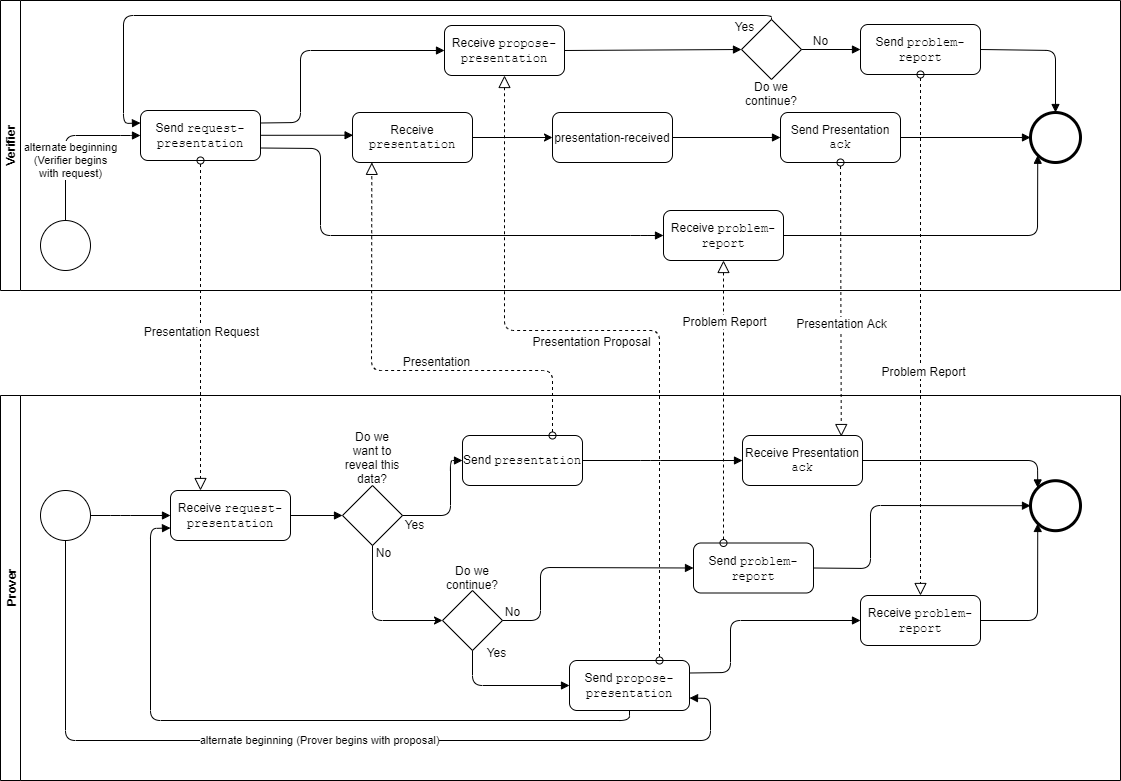
hyperledger/aries-rfcs keeps this draw.io diagram as features/0454-present-proof-v2/presentation-choreography.png. Above is the earlier version. Source tidied: cells renumbered, new cells last; positions are measured from the earlier drawing's top-left corner, leaving out a move shared by most shapes.
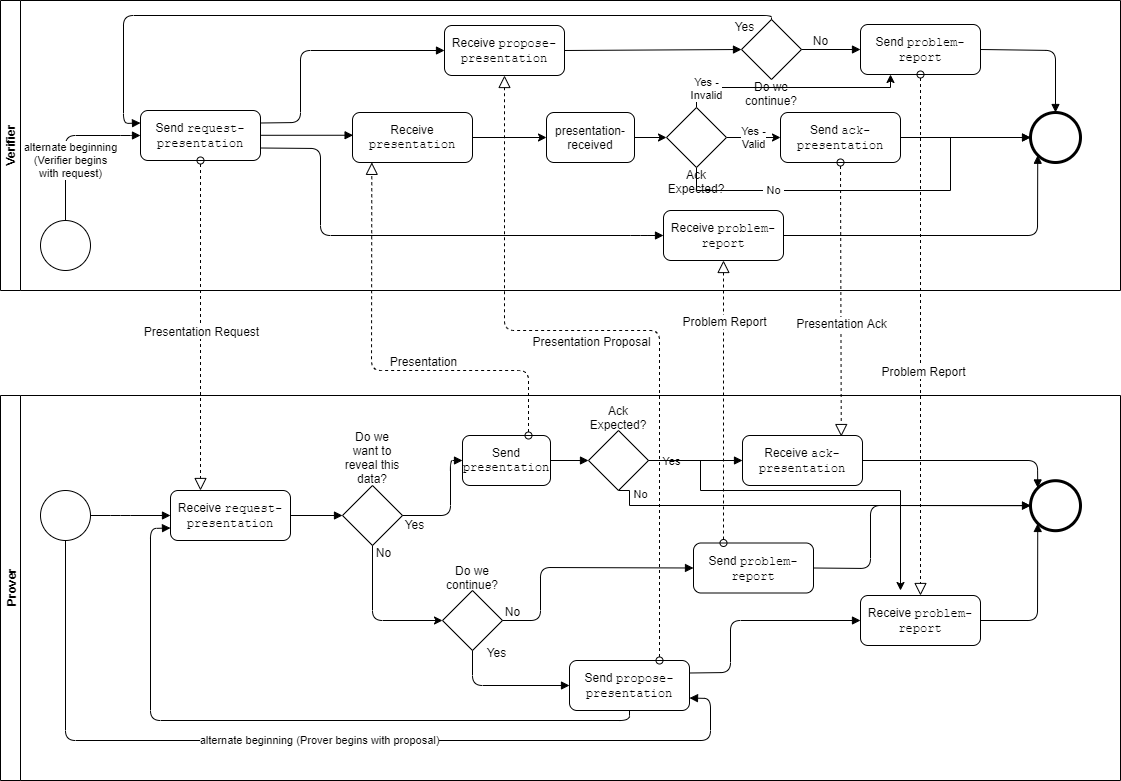
The same diagram one commit later.

Commit message:
Adjusted the states table and choreography to reflect the optional ack vs. required

The edit, as a diff of the source:
```diff
@@ -19,26 +19,23 @@
     <mxCell id="5" value="Send &lt;font face=&quot;Courier New&quot;&gt;request-presentation&lt;/font&gt;" style="shape=ext;rounded=1;html=1;whiteSpace=wrap;" parent="2" vertex="1">
       <mxGeometry x="140" y="110" width="120" height="50" as="geometry" />
     </mxCell>
-    <mxCell id="6" style="endArrow=block;endFill=1;endSize=6;html=1;exitX=1;exitY=0.353;exitDx=0;exitDy=0;entryX=0.005;entryY=0.455;entryDx=0;entryDy=0;entryPerimeter=0;exitPerimeter=0;" parent="2" edge="1" target="9">
-      <mxGeometry relative="1" as="geometry">
-        <mxPoint x="259.7" y="134.8" as="sourcePoint" />
-      </mxGeometry>
-    </mxCell>
+    <mxCell id="68" style="endArrow=block;endFill=1;endSize=6;html=1;exitX=1;exitY=0.353;exitDx=0;exitDy=0;entryX=0.005;entryY=0.455;entryDx=0;entryDy=0;entryPerimeter=0;exitPerimeter=0;" parent="2" edge="1" target="9">
+      <mxGeometry relative="1" as="geometry">
+        <mxPoint x="259.7" y="134.8" as="sourcePoint" />
+      </mxGeometry>
+    </mxCell>
     <mxCell id="7" style="shape=mxgraph.bpmn.shape;html=1;verticalLabelPosition=bottom;labelBackgroundColor=#ffffff;verticalAlign=top;align=center;perimeter=ellipsePerimeter;outlineConnect=0;outline=end;symbol=general;" parent="2" vertex="1">
       <mxGeometry x="1030" y="112" width="50" height="50" as="geometry" />
     </mxCell>
-    <mxCell id="8" style="edgeStyle=orthogonalEdgeStyle;rounded=0;jettySize=auto;html=1;" parent="2" edge="1" source="9" target="10">
-      <mxGeometry relative="1" as="geometry" />
-    </mxCell>
+    <mxCell id="69" style="edgeStyle=orthogonalEdgeStyle;rounded=0;jettySize=auto;html=1;" parent="2" edge="1" source="9" target="70">
+      <mxGeometry relative="1" as="geometry" />
+    </mxCell>
     <mxCell id="9" value="Receive &lt;font face=&quot;Courier New&quot;&gt;presentation&lt;/font&gt;" style="shape=ext;rounded=1;html=1;whiteSpace=wrap;" parent="2" vertex="1">
       <mxGeometry x="352" y="112" width="120" height="50" as="geometry" />
     </mxCell>
-    <mxCell id="10" value="presentation-received" style="shape=ext;rounded=1;html=1;whiteSpace=wrap;" parent="2" vertex="1">
-      <mxGeometry x="552" y="112" width="120" height="50" as="geometry" />
-    </mxCell>
-    <mxCell id="11" style="endArrow=block;endFill=1;endSize=6;html=1;exitX=1;exitY=0.5;exitDx=0;exitDy=0;entryX=0;entryY=0.5;entryDx=0;entryDy=0;" parent="2" edge="1" source="10" target="23">
-      <mxGeometry relative="1" as="geometry" />
-    </mxCell>
+    <mxCell id="70" value="presentation-&lt;br&gt;received" style="shape=ext;rounded=1;html=1;whiteSpace=wrap;" parent="2" vertex="1">
+      <mxGeometry x="546" y="112" width="88" height="50" as="geometry" />
+    </mxCell>
     <mxCell id="12" style="endArrow=block;endFill=1;endSize=6;html=1;exitX=1;exitY=0.5;exitDx=0;exitDy=0;entryX=0;entryY=0.5;entryDx=0;entryDy=0;" parent="2" edge="1" source="26" target="16">
       <mxGeometry relative="1" as="geometry" />
     </mxCell>
@@ -81,11 +78,11 @@
     <mxCell id="19" style="endArrow=block;endFill=1;endSize=6;html=1;exitX=1;exitY=0.5;exitDx=0;exitDy=0;entryX=0;entryY=0.5;entryDx=0;entryDy=0;" parent="2" edge="1" source="16" target="21">
       <mxGeometry relative="1" as="geometry" />
     </mxCell>
-    <mxCell id="20" value="No" style="text;html=1;align=center;verticalAlign=middle;labelBackgroundColor=#ffffff;" parent="19" vertex="1">
-      <mxGeometry x="-0.47" y="-1" relative="1" as="geometry">
-        <mxPoint x="2" y="-11" as="offset" />
-      </mxGeometry>
-    </mxCell>
+    <mxCell id="71" value="No" style="text;html=1;align=center;verticalAlign=middle;labelBackgroundColor=#ffffff;" parent="19" vertex="1">
+      <mxGeometry x="-0.47" y="-1" relative="1" as="geometry">
+        <mxPoint x="2" y="-11" as="offset" />
+      </mxGeometry>
+    </mxCell>
     <mxCell id="21" value="Send &lt;font face=&quot;Courier New&quot;&gt;problem-report&lt;/font&gt;" style="shape=ext;rounded=1;html=1;whiteSpace=wrap;" parent="2" vertex="1">
       <mxGeometry x="860" y="24" width="120" height="50" as="geometry" />
     </mxCell>
@@ -96,12 +93,12 @@
         </Array>
       </mxGeometry>
     </mxCell>
-    <mxCell id="23" value="Send Presentation &lt;font face=&quot;Courier New&quot;&gt;ack&lt;/font&gt;" style="shape=ext;rounded=1;html=1;whiteSpace=wrap;" parent="2" vertex="1">
-      <mxGeometry x="780" y="112" width="120" height="50" as="geometry" />
-    </mxCell>
-    <mxCell id="24" style="endArrow=block;endFill=1;endSize=6;html=1;entryX=0;entryY=0.5;entryDx=0;entryDy=0;exitX=1;exitY=0.5;exitDx=0;exitDy=0;" parent="2" edge="1" source="23" target="7">
-      <mxGeometry relative="1" as="geometry" />
-    </mxCell>
+    <mxCell id="72" value="Send &lt;font face=&quot;Courier New&quot;&gt;ack-presentation&lt;/font&gt;" style="shape=ext;rounded=1;html=1;whiteSpace=wrap;" parent="2" vertex="1">
+      <mxGeometry x="780" y="112" width="120" height="50" as="geometry" />
+    </mxCell>
+    <mxCell id="73" style="endArrow=block;endFill=1;endSize=6;html=1;entryX=0;entryY=0.5;entryDx=0;entryDy=0;exitX=1;exitY=0.5;exitDx=0;exitDy=0;" parent="2" edge="1" source="72" target="7">
+      <mxGeometry relative="1" as="geometry" />
+    </mxCell>
     <mxCell id="25" style="endArrow=block;endFill=1;endSize=6;html=1;exitX=1;exitY=0.25;exitDx=0;exitDy=0;entryX=0;entryY=0.5;entryDx=0;entryDy=0;" parent="2" edge="1" source="5" target="26">
       <mxGeometry relative="1" as="geometry">
         <Array as="points">
@@ -161,15 +158,20 @@
       </mxGeometry>
     </mxCell>
     <mxCell id="37" value="Send &lt;font face=&quot;Courier New&quot;&gt;presentation&lt;/font&gt;" style="shape=ext;rounded=1;html=1;whiteSpace=wrap;" parent="27" vertex="1">
-      <mxGeometry x="462" y="40" width="120" height="50" as="geometry" />
+      <mxGeometry x="462" y="40" width="88" height="50" as="geometry" />
     </mxCell>
-    <mxCell id="38" style="endArrow=block;endFill=1;endSize=6;html=1;exitX=1;exitY=0.5;exitDx=0;exitDy=0;entryX=0;entryY=0.5;entryDx=0;entryDy=0;" parent="27" edge="1" source="37" target="53">
-      <mxGeometry relative="1" as="geometry">
-        <Array as="points">
-          <mxPoint x="650" y="65" />
-        </Array>
-      </mxGeometry>
-    </mxCell>
+    <mxCell id="74" style="endArrow=block;endFill=1;endSize=6;html=1;exitX=1;exitY=0.5;exitDx=0;exitDy=0;entryX=0;entryY=0.5;entryDx=0;entryDy=0;" parent="27" edge="1" source="82" target="78">
+      <mxGeometry relative="1" as="geometry">
+        <Array as="points">
+          <mxPoint x="650" y="65" />
+        </Array>
+      </mxGeometry>
+    </mxCell>
+    <mxCell id="75" value="Yes" style="edgeLabel;html=1;align=center;verticalAlign=middle;" parent="74" vertex="1">
+      <mxGeometry x="-0.11" y="-1" relative="1" as="geometry">
+        <mxPoint x="-20" y="-1" as="offset" />
+      </mxGeometry>
+    </mxCell>
     <mxCell id="39" style="shape=mxgraph.bpmn.shape;html=1;verticalLabelPosition=bottom;labelBackgroundColor=#ffffff;verticalAlign=top;align=center;perimeter=ellipsePerimeter;outlineConnect=0;outline=end;symbol=general;" parent="27" vertex="1">
       <mxGeometry x="1030" y="85.2" width="50" height="50" as="geometry" />
     </mxCell>
@@ -184,11 +186,11 @@
         </Array>
       </mxGeometry>
     </mxCell>
-    <mxCell id="42" value="No" style="text;html=1;align=center;verticalAlign=middle;labelBackgroundColor=#ffffff;" parent="41" vertex="1">
-      <mxGeometry x="-0.97" relative="1" as="geometry">
-        <mxPoint x="5" y="-10" as="offset" />
-      </mxGeometry>
-    </mxCell>
+    <mxCell id="76" value="No" style="text;html=1;align=center;verticalAlign=middle;labelBackgroundColor=#ffffff;" parent="41" vertex="1">
+      <mxGeometry x="-0.97" relative="1" as="geometry">
+        <mxPoint x="5" y="-10" as="offset" />
+      </mxGeometry>
+    </mxCell>
     <mxCell id="43" value="Send &lt;font face=&quot;Courier New&quot;&gt;problem-report&lt;/font&gt;" style="shape=ext;rounded=1;html=1;whiteSpace=wrap;" parent="27" vertex="1">
       <mxGeometry x="693" y="147.5" width="120" height="50" as="geometry" />
     </mxCell>
@@ -210,12 +212,12 @@
         </Array>
       </mxGeometry>
     </mxCell>
-    <mxCell id="47" style="endArrow=block;endFill=1;endSize=6;html=1;" parent="27" edge="1">
-      <mxGeometry relative="1" as="geometry">
-        <mxPoint x="680" y="255" as="sourcePoint" />
-        <mxPoint x="680" y="255" as="targetPoint" />
-      </mxGeometry>
-    </mxCell>
+    <mxCell id="77" style="endArrow=block;endFill=1;endSize=6;html=1;" parent="27" edge="1">
+      <mxGeometry relative="1" as="geometry">
+        <mxPoint x="680" y="255" as="sourcePoint" />
+        <mxPoint x="680" y="255" as="targetPoint" />
+      </mxGeometry>
+    </mxCell>
     <mxCell id="48" value="Send &lt;font face=&quot;Courier New&quot;&gt;propose-presentation&lt;/font&gt;" style="shape=ext;rounded=1;html=1;whiteSpace=wrap;" parent="27" vertex="1">
       <mxGeometry x="569" y="265" width="120" height="50" as="geometry" />
     </mxCell>
@@ -248,16 +250,16 @@
         </Array>
       </mxGeometry>
     </mxCell>
-    <mxCell id="53" value="Receive Presentation &lt;font face=&quot;Courier New&quot;&gt;ack&lt;/font&gt;" style="shape=ext;rounded=1;html=1;whiteSpace=wrap;" parent="27" vertex="1">
-      <mxGeometry x="742" y="40" width="120" height="50" as="geometry" />
-    </mxCell>
-    <mxCell id="54" style="endArrow=block;endFill=1;endSize=6;html=1;exitX=1;exitY=0.5;exitDx=0;exitDy=0;entryX=0.145;entryY=0.145;entryDx=0;entryDy=0;entryPerimeter=0;" parent="27" edge="1" source="53" target="39">
-      <mxGeometry relative="1" as="geometry">
-        <Array as="points">
-          <mxPoint x="1037" y="65" />
-        </Array>
-      </mxGeometry>
-    </mxCell>
+    <mxCell id="78" value="Receive &lt;font face=&quot;Courier New&quot;&gt;ack-presentation&lt;/font&gt;" style="shape=ext;rounded=1;html=1;whiteSpace=wrap;" parent="27" vertex="1">
+      <mxGeometry x="742" y="40" width="120" height="50" as="geometry" />
+    </mxCell>
+    <mxCell id="79" style="endArrow=block;endFill=1;endSize=6;html=1;exitX=1;exitY=0.5;exitDx=0;exitDy=0;entryX=0.145;entryY=0.145;entryDx=0;entryDy=0;entryPerimeter=0;" parent="27" edge="1" source="78" target="39">
+      <mxGeometry relative="1" as="geometry">
+        <Array as="points">
+          <mxPoint x="1037" y="65" />
+        </Array>
+      </mxGeometry>
+    </mxCell>
     <mxCell id="55" value="&lt;div&gt;alternate beginning (Prover begins with proposal)&lt;/div&gt;" style="endArrow=block;endFill=1;endSize=6;html=1;exitX=0.5;exitY=1;exitDx=0;exitDy=0;entryX=1;entryY=0.75;entryDx=0;entryDy=0;" parent="27" edge="1" source="28" target="48">
       <mxGeometry relative="1" as="geometry">
         <Array as="points">
@@ -267,6 +269,22 @@
         </Array>
       </mxGeometry>
     </mxCell>
+    <mxCell id="80" style="edgeStyle=orthogonalEdgeStyle;rounded=0;jettySize=auto;html=1;exitX=0.5;exitY=1;exitDx=0;exitDy=0;" parent="27" edge="1" source="82" target="39">
+      <mxGeometry relative="1" as="geometry">
+        <Array as="points">
+          <mxPoint x="629" y="110" />
+        </Array>
+      </mxGeometry>
+    </mxCell>
+    <mxCell id="81" value="No" style="edgeLabel;html=1;align=center;verticalAlign=middle;" parent="80" vertex="1">
+      <mxGeometry x="-0.93" y="10" relative="1" as="geometry" />
+    </mxCell>
+    <mxCell id="82" value="Ack&lt;br&gt;Expected?" style="rhombus;whiteSpace=wrap;html=1;spacingTop=-87;" parent="27" vertex="1">
+      <mxGeometry x="588" y="35" width="60" height="60" as="geometry" />
+    </mxCell>
+    <mxCell id="83" style="endArrow=block;endFill=1;endSize=6;html=1;exitX=1;exitY=0.5;exitDx=0;exitDy=0;entryX=0;entryY=0.5;entryDx=0;entryDy=0;" parent="27" edge="1" source="37" target="82">
+      <mxGeometry relative="1" as="geometry" />
+    </mxCell>
     <mxCell id="56" style="startArrow=oval;startFill=0;startSize=7;endArrow=block;endFill=0;endSize=10;dashed=1;html=1;exitX=0.5;exitY=1;exitDx=0;exitDy=0;entryX=0.25;entryY=0;entryDx=0;entryDy=0;" parent="1" edge="1" source="5" target="30">
       <mxGeometry relative="1" as="geometry" />
     </mxCell>
@@ -278,7 +296,7 @@
     <mxCell id="58" style="startArrow=oval;startFill=0;startSize=7;endArrow=block;endFill=0;endSize=10;dashed=1;html=1;exitX=0.75;exitY=0;exitDx=0;exitDy=0;entryX=0.161;entryY=0.997;entryDx=0;entryDy=0;entryPerimeter=0;" parent="1" edge="1" source="37" target="9">
       <mxGeometry relative="1" as="geometry">
         <Array as="points">
-          <mxPoint x="552" y="370" />
+          <mxPoint x="528" y="370" />
           <mxPoint x="371" y="370" />
         </Array>
       </mxGeometry>
@@ -304,24 +322,70 @@
     <mxCell id="62" style="startArrow=oval;startFill=0;startSize=7;endArrow=block;endFill=0;endSize=10;dashed=1;html=1;exitX=0.25;exitY=0;exitDx=0;exitDy=0;entryX=0.5;entryY=1;entryDx=0;entryDy=0;" parent="1" edge="1" source="43" target="14">
       <mxGeometry relative="1" as="geometry" />
     </mxCell>
-    <mxCell id="63" value="Problem Report" style="text;html=1;align=center;verticalAlign=middle;labelBackgroundColor=#ffffff;" parent="62" vertex="1">
-      <mxGeometry x="0.57" relative="1" as="geometry" />
-    </mxCell>
+    <mxCell id="84" value="Problem Report" style="text;html=1;align=center;verticalAlign=middle;labelBackgroundColor=#ffffff;" parent="62" vertex="1">
+      <mxGeometry x="0.57" relative="1" as="geometry" />
+    </mxCell>
     <mxCell id="64" style="startArrow=oval;startFill=0;startSize=7;endArrow=block;endFill=0;endSize=10;dashed=1;html=1;exitX=0.5;exitY=1;exitDx=0;exitDy=0;entryX=0.5;entryY=0;entryDx=0;entryDy=0;" parent="1" edge="1" source="21" target="45">
       <mxGeometry relative="1" as="geometry" />
     </mxCell>
-    <mxCell id="65" value="Problem Report" style="text;html=1;align=center;verticalAlign=middle;labelBackgroundColor=#ffffff;" parent="64" vertex="1">
-      <mxGeometry x="0.18" y="3" relative="1" as="geometry">
-        <mxPoint x="-1" y="-11.5" as="offset" />
-      </mxGeometry>
-    </mxCell>
-    <mxCell id="66" style="startArrow=oval;startFill=0;startSize=7;endArrow=block;endFill=0;endSize=10;dashed=1;html=1;exitX=0.5;exitY=1;exitDx=0;exitDy=0;entryX=0.823;entryY=0.021;entryDx=0;entryDy=0;entryPerimeter=0;" parent="1" edge="1" source="23" target="53">
-      <mxGeometry relative="1" as="geometry" />
-    </mxCell>
+    <mxCell id="85" value="Problem Report" style="text;html=1;align=center;verticalAlign=middle;labelBackgroundColor=#ffffff;" parent="64" vertex="1">
+      <mxGeometry x="0.18" y="3" relative="1" as="geometry">
+        <mxPoint x="-1" y="-11.5" as="offset" />
+      </mxGeometry>
+    </mxCell>
+    <mxCell id="86" style="startArrow=oval;startFill=0;startSize=7;endArrow=block;endFill=0;endSize=10;dashed=1;html=1;exitX=0.5;exitY=1;exitDx=0;exitDy=0;entryX=0.823;entryY=0.021;entryDx=0;entryDy=0;entryPerimeter=0;" parent="1" edge="1" source="72" target="78">
+      <mxGeometry relative="1" as="geometry" />
+    </mxCell>
-    <mxCell id="67" value="Presentation Ack" style="text;html=1;align=center;verticalAlign=middle;labelBackgroundColor=#ffffff;" parent="66" vertex="1">
+    <mxCell id="67" value="Presentation Ack" style="text;html=1;align=center;verticalAlign=middle;labelBackgroundColor=#ffffff;" parent="86" vertex="1">
       <mxGeometry x="-0.09" y="-1" relative="1" as="geometry">
         <mxPoint x="1" y="35" as="offset" />
       </mxGeometry>
     </mxCell>
+    <mxCell id="87" value="Yes -&lt;br&gt;Valid" style="edgeStyle=orthogonalEdgeStyle;rounded=0;jettySize=auto;html=1;exitX=1;exitY=0.5;exitDx=0;exitDy=0;" parent="1" edge="1" source="91" target="72">
+      <mxGeometry relative="1" as="geometry">
+        <Array as="points">
+          <mxPoint x="750" y="137" />
+          <mxPoint x="750" y="137" />
+        </Array>
+      </mxGeometry>
+    </mxCell>
+    <mxCell id="88" value="&amp;nbsp;No&amp;nbsp;" style="edgeStyle=orthogonalEdgeStyle;rounded=0;jettySize=auto;html=1;exitX=0.5;exitY=1;exitDx=0;exitDy=0;entryX=0;entryY=0.5;entryDx=0;entryDy=0;" parent="1" edge="1" source="91" target="7">
+      <mxGeometry x="-0.51" relative="1" as="geometry">
+        <Array as="points">
+          <mxPoint x="696" y="190" />
+          <mxPoint x="950" y="190" />
+          <mxPoint x="950" y="137" />
+        </Array>
+      </mxGeometry>
+    </mxCell>
+    <mxCell id="89" style="edgeStyle=orthogonalEdgeStyle;rounded=0;jettySize=auto;html=1;exitX=0.5;exitY=0;exitDx=0;exitDy=0;entryX=0.25;entryY=1;entryDx=0;entryDy=0;" parent="1" edge="1" source="91" target="21">
+      <mxGeometry relative="1" as="geometry">
+        <Array as="points">
+          <mxPoint x="696" y="87" />
+          <mxPoint x="890" y="87" />
+        </Array>
+      </mxGeometry>
+    </mxCell>
+    <mxCell id="90" value="Yes -&lt;br&gt;Invalid " style="edgeLabel;html=1;align=center;verticalAlign=middle;" parent="89" vertex="1">
+      <mxGeometry x="-0.81" y="-8" relative="1" as="geometry">
+        <mxPoint x="8" y="-8" as="offset" />
+      </mxGeometry>
+    </mxCell>
+    <mxCell id="91" value="Ack Expected?" style="rhombus;whiteSpace=wrap;html=1;spacingTop=87;" parent="1" vertex="1">
+      <mxGeometry x="666" y="107" width="60" height="60" as="geometry" />
+    </mxCell>
+    <mxCell id="92" style="edgeStyle=orthogonalEdgeStyle;rounded=0;jettySize=auto;html=1;exitX=1;exitY=0.5;exitDx=0;exitDy=0;" parent="1" edge="1" source="70" target="91">
+      <mxGeometry relative="1" as="geometry" />
+    </mxCell>
+    <mxCell id="93" style="edgeStyle=orthogonalEdgeStyle;rounded=0;jettySize=auto;html=1;exitX=1;exitY=0.5;exitDx=0;exitDy=0;" parent="1" edge="1" source="82">
+      <mxGeometry relative="1" as="geometry">
+        <mxPoint x="900" y="590" as="targetPoint" />
+        <Array as="points">
+          <mxPoint x="700" y="460" />
+          <mxPoint x="700" y="490" />
+          <mxPoint x="900" y="490" />
+        </Array>
+      </mxGeometry>
+    </mxCell>
   </root>
 </mxGraphModel>
```
